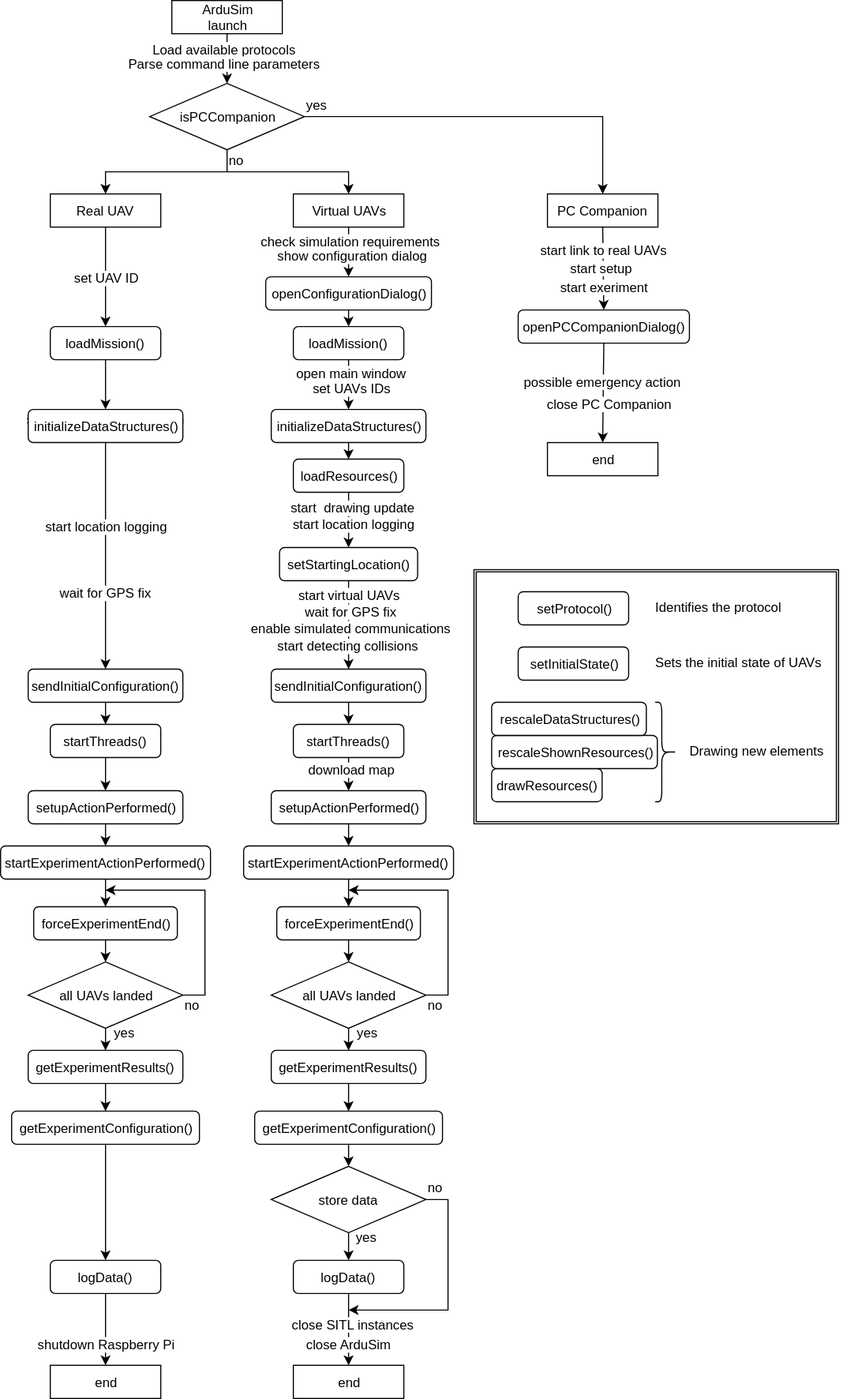
This is help/ArduSimworkflow.svg from GRCDEV/ArduSim, a draw.io export, as it was before one commit. Source tidied: cells renumbered, new cells last; positions are measured from the earlier drawing's top-left corner, leaving out a move shared by most shapes.
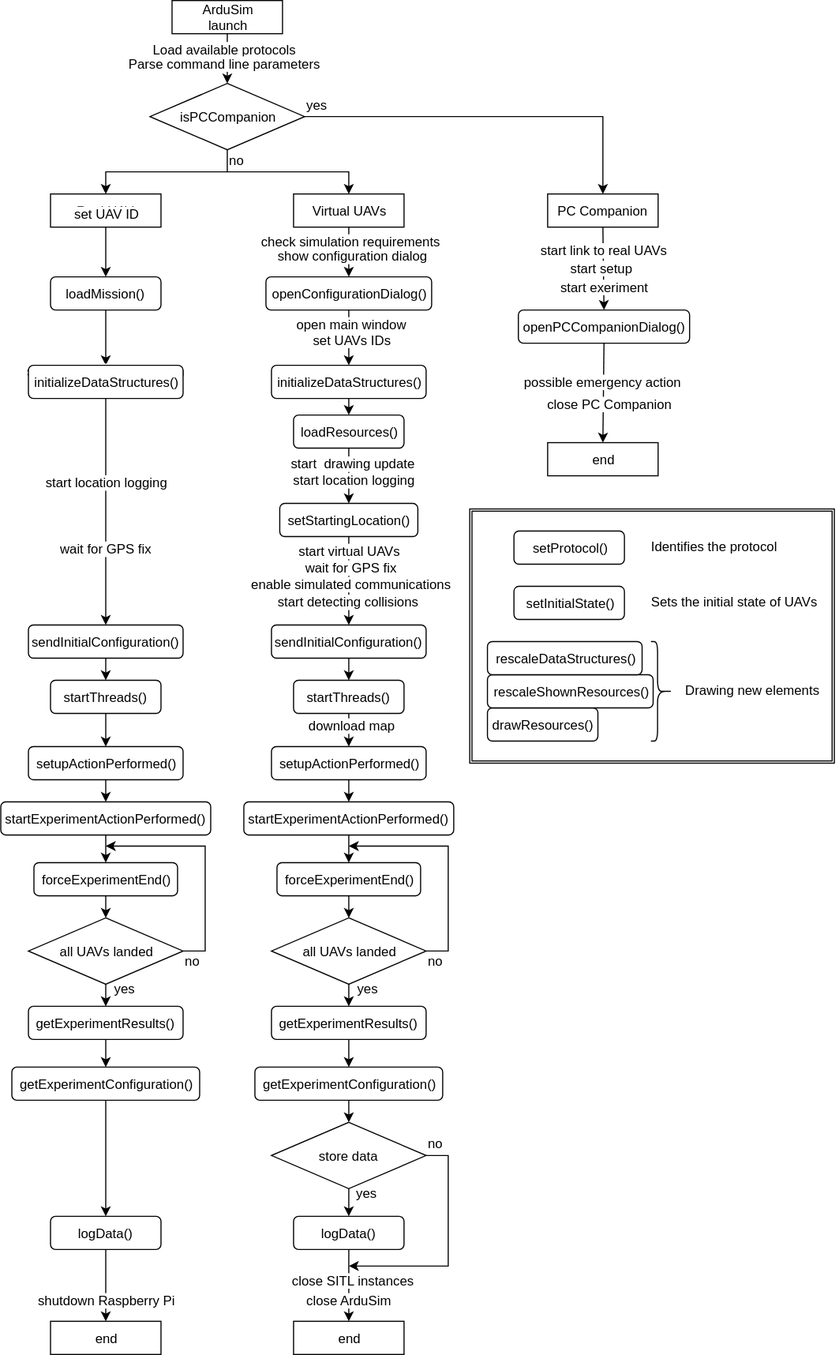
Above is the later version.

Commit message:
ArduSim v1.59beta12 Updating readme

Diff of the diagram source:
```diff
@@ -3,32 +3,32 @@
     <mxCell id="0" />
     <mxCell id="1" parent="0" />
     <mxCell id="2" value="ArduSim&lt;br&gt;launch&lt;br&gt;" style="rounded=0;whiteSpace=wrap;html=1;" parent="1" vertex="1">
-      <mxGeometry x="155" width="100" height="30" as="geometry" />
+      <mxGeometry x="155" y="40" width="100" height="30" as="geometry" />
     </mxCell>
     <mxCell id="3" value="Virtual UAVs&lt;br&gt;" style="rounded=0;whiteSpace=wrap;html=1;" parent="1" vertex="1">
-      <mxGeometry x="265" y="175" width="100" height="30" as="geometry" />
+      <mxGeometry x="265" y="215" width="100" height="30" as="geometry" />
     </mxCell>
     <mxCell id="4" value="Real UAV&lt;br&gt;" style="rounded=0;whiteSpace=wrap;html=1;" parent="1" vertex="1">
-      <mxGeometry x="45" y="175" width="100" height="30" as="geometry" />
+      <mxGeometry x="45" y="215" width="100" height="30" as="geometry" />
     </mxCell>
     <mxCell id="5" style="endArrow=classic;html=1;entryX=0.5;entryY=0;rounded=0;exitX=0.5;exitY=1;" parent="1" edge="1" source="7" target="3">
       <mxGeometry relative="1" as="geometry">
         <Array as="points">
-          <mxPoint x="205" y="155" />
-          <mxPoint x="315" y="155" />
+          <mxPoint x="205" y="195" />
+          <mxPoint x="315" y="195" />
         </Array>
       </mxGeometry>
     </mxCell>
     <mxCell id="6" style="endArrow=classic;html=1;entryX=0.5;entryY=0;rounded=0;" parent="1" edge="1" target="4">
       <mxGeometry relative="1" as="geometry">
-        <mxPoint x="205" y="155" as="sourcePoint" />
+        <mxPoint x="205" y="195" as="sourcePoint" />
         <Array as="points">
-          <mxPoint x="95" y="155" />
+          <mxPoint x="95" y="195" />
         </Array>
       </mxGeometry>
     </mxCell>
     <mxCell id="7" value="isPCCompanion" style="rhombus;whiteSpace=wrap;html=1;" parent="1" vertex="1">
-      <mxGeometry x="135" y="75" width="140" height="60" as="geometry" />
+      <mxGeometry x="135" y="115" width="140" height="60" as="geometry" />
     </mxCell>
     <mxCell id="8" style="endArrow=classic;html=1;exitX=0.5;exitY=1;entryX=0.5;entryY=0;rounded=0;" parent="1" edge="1" source="2" target="7">
       <mxGeometry relative="1" as="geometry" />
@@ -42,42 +42,39 @@
       </mxGeometry>
     </mxCell>
     <mxCell id="11" value="PC Companion&lt;br&gt;" style="rounded=0;whiteSpace=wrap;html=1;" parent="1" vertex="1">
-      <mxGeometry x="495" y="175" width="100" height="30" as="geometry" />
+      <mxGeometry x="495" y="215" width="100" height="30" as="geometry" />
     </mxCell>
     <mxCell id="12" style="endArrow=classic;html=1;entryX=0.5;entryY=0;exitX=1;exitY=0.5;rounded=0;" parent="1" edge="1" source="7" target="11">
       <mxGeometry relative="1" as="geometry">
         <Array as="points">
-          <mxPoint x="545" y="105" />
+          <mxPoint x="545" y="145" />
         </Array>
       </mxGeometry>
     </mxCell>
     <mxCell id="13" value="setProtocol()&lt;br&gt;" style="rounded=1;whiteSpace=wrap;html=1;" parent="1" vertex="1">
-      <mxGeometry x="468.5" y="535" width="100" height="30" as="geometry" />
+      <mxGeometry x="464.5" y="520" width="100" height="30" as="geometry" />
     </mxCell>
     <mxCell id="14" value="drawResources()&lt;br&gt;" style="rounded=1;whiteSpace=wrap;html=1;" parent="1" vertex="1">
-      <mxGeometry x="444.5" y="695" width="100" height="30" as="geometry" />
+      <mxGeometry x="440.5" y="680" width="100" height="30" as="geometry" />
     </mxCell>
     <mxCell id="15" value="rescaleShownResources()&lt;br&gt;" style="rounded=1;whiteSpace=wrap;html=1;" parent="1" vertex="1">
-      <mxGeometry x="444.5" y="665" width="150" height="30" as="geometry" />
+      <mxGeometry x="440.5" y="650" width="150" height="30" as="geometry" />
     </mxCell>
     <mxCell id="16" value="loadResources()&lt;br&gt;" style="rounded=1;whiteSpace=wrap;html=1;" parent="1" vertex="1">
       <mxGeometry x="265" y="415" width="100" height="30" as="geometry" />
     </mxCell>
     <mxCell id="17" value="rescaleDataStructures()&lt;br&gt;" style="rounded=1;whiteSpace=wrap;html=1;" parent="1" vertex="1">
-      <mxGeometry x="444.5" y="635" width="140" height="30" as="geometry" />
+      <mxGeometry x="440.5" y="620" width="140" height="30" as="geometry" />
     </mxCell>
     <mxCell id="18" value="setInitialState()&lt;br&gt;" style="rounded=1;whiteSpace=wrap;html=1;" parent="1" vertex="1">
-      <mxGeometry x="468.5" y="585" width="100" height="30" as="geometry" />
+      <mxGeometry x="464.5" y="570" width="100" height="30" as="geometry" />
     </mxCell>
     <mxCell id="19" value="initializeDataStructures()&lt;br&gt;" style="rounded=1;whiteSpace=wrap;html=1;" parent="1" vertex="1">
       <mxGeometry x="245" y="370" width="140" height="30" as="geometry" />
     </mxCell>
     <mxCell id="20" value="openConfigurationDialog()&lt;br&gt;" style="rounded=1;whiteSpace=wrap;html=1;" parent="1" vertex="1">
-      <mxGeometry x="240" y="250" width="150" height="30" as="geometry" />
+      <mxGeometry x="240" y="290" width="150" height="30" as="geometry" />
     </mxCell>
-    <mxCell id="21" value="loadMission()&lt;br&gt;" style="rounded=1;whiteSpace=wrap;html=1;" parent="1" vertex="1">
-      <mxGeometry x="265" y="295" width="100" height="30" as="geometry" />
-    </mxCell>
     <mxCell id="22" value="getExperimentResults()&lt;br&gt;" style="rounded=1;whiteSpace=wrap;html=1;" parent="1" vertex="1">
       <mxGeometry x="25" y="950" width="140" height="30" as="geometry" />
     </mxCell>
@@ -100,7 +97,7 @@
       <mxGeometry x="252.5" y="495" width="125" height="30" as="geometry" />
     </mxCell>
     <mxCell id="29" value="openPCCompanionDialog()&lt;br&gt;" style="rounded=1;whiteSpace=wrap;html=1;" parent="1" vertex="1">
-      <mxGeometry x="468.5" y="280" width="155" height="30" as="geometry" />
+      <mxGeometry x="468.5" y="320" width="155" height="30" as="geometry" />
     </mxCell>
     <mxCell id="30" value="logData()&lt;br&gt;" style="rounded=1;whiteSpace=wrap;html=1;" parent="1" vertex="1">
       <mxGeometry x="45" y="1140" width="100" height="30" as="geometry" />
@@ -109,14 +106,14 @@
       <mxGeometry x="10" y="1005" width="170" height="30" as="geometry" />
     </mxCell>
     <mxCell id="32" value="loadMission()&lt;br&gt;" style="rounded=1;whiteSpace=wrap;html=1;" parent="1" vertex="1">
-      <mxGeometry x="45" y="295" width="100" height="30" as="geometry" />
+      <mxGeometry x="45" y="290" width="100" height="30" as="geometry" />
     </mxCell>
     <mxCell id="33" style="endArrow=classic;html=1;rounded=0;exitX=0.5;exitY=1;entryX=0.5;entryY=0;" parent="1" edge="1" source="4" target="32">
       <mxGeometry relative="1" as="geometry" />
     </mxCell>
     <mxCell id="34" value="set UAV ID" style="text;html=1;align=center;verticalAlign=middle;labelBackgroundColor=#ffffff;" parent="33" vertex="1">
       <mxGeometry x="0.47" relative="1" as="geometry">
-        <mxPoint y="-21" as="offset" />
+        <mxPoint y="-46" as="offset" />
       </mxGeometry>
     </mxCell>
     <mxCell id="35" style="endArrow=classic;html=1;rounded=0;exitX=0.5;exitY=1;entryX=0.5;entryY=0;" parent="1" edge="1" source="32" target="44">
@@ -140,10 +137,7 @@
         <mxPoint y="-5" as="offset" />
       </mxGeometry>
     </mxCell>
-    <mxCell id="40" style="endArrow=classic;html=1;rounded=0;entryX=0.5;entryY=0;exitX=0.5;exitY=1;" parent="1" edge="1" source="20" target="21">
-      <mxGeometry relative="1" as="geometry" />
-    </mxCell>
-    <mxCell id="41" style="endArrow=classic;html=1;rounded=0;exitX=0.5;exitY=1;entryX=0.5;entryY=0;" parent="1" edge="1" source="21" target="19">
+    <mxCell id="41" style="endArrow=classic;html=1;rounded=0;exitX=0.5;exitY=1;entryX=0.5;entryY=0;" parent="1" edge="1" source="20" target="19">
       <mxGeometry relative="1" as="geometry" />
     </mxCell>
     <mxCell id="42" value="open main window" style="text;html=1;align=center;verticalAlign=middle;labelBackgroundColor=#ffffff;" parent="41" vertex="1">
@@ -369,7 +363,7 @@
       </mxGeometry>
     </mxCell>
     <mxCell id="100" value="end&lt;br&gt;" style="rounded=0;whiteSpace=wrap;html=1;" parent="1" vertex="1">
-      <mxGeometry x="495" y="400" width="100" height="30" as="geometry" />
+      <mxGeometry x="495" y="440" width="100" height="30" as="geometry" />
     </mxCell>
     <mxCell id="101" style="endArrow=classic;html=1;exitX=0.5;exitY=1;rounded=0;entryX=0.5;entryY=0;" parent="1" edge="1" source="29" target="100">
       <mxGeometry relative="1" as="geometry" />
@@ -385,25 +379,25 @@
       </mxGeometry>
     </mxCell>
     <mxCell id="104" value="Identifies the protocol" style="text;html=1;align=left;verticalAlign=top;spacingTop=-4;" parent="1" vertex="1">
-      <mxGeometry x="591" y="540" width="130" height="20" as="geometry" />
+      <mxGeometry x="587" y="525" width="130" height="20" as="geometry" />
     </mxCell>
     <mxCell id="105" value="Sets the initial state of UAVs" style="text;html=1;align=left;verticalAlign=top;spacingTop=-4;" parent="1" vertex="1">
-      <mxGeometry x="591" y="590" width="170" height="20" as="geometry" />
+      <mxGeometry x="587" y="575" width="170" height="20" as="geometry" />
     </mxCell>
     <mxCell id="106" style="shape=curlyBracket;whiteSpace=wrap;html=1;rounded=1;size=0.7;rotation=180;" parent="1" vertex="1">
-      <mxGeometry x="592.5" y="635" width="20" height="90" as="geometry" />
+      <mxGeometry x="588.5" y="620" width="20" height="90" as="geometry" />
     </mxCell>
     <mxCell id="107" value="Drawing new elements" style="text;html=1;align=left;verticalAlign=top;spacingTop=-4;" parent="1" vertex="1">
-      <mxGeometry x="622" y="670" width="140" height="20" as="geometry" />
+      <mxGeometry x="618" y="655" width="140" height="20" as="geometry" />
     </mxCell>
     <mxCell id="108" style="shape=ext;double=1;rounded=0;whiteSpace=wrap;html=1;fillColor=none;" parent="1" vertex="1">
-      <mxGeometry x="428.5" y="515" width="330" height="230" as="geometry" />
+      <mxGeometry x="424.5" y="500" width="330" height="230" as="geometry" />
     </mxCell>
     <mxCell id="109" value="yes" style="text;html=1;align=left;verticalAlign=top;spacingTop=-4;" parent="1" vertex="1">
-      <mxGeometry x="275" y="85" width="30" height="20" as="geometry" />
+      <mxGeometry x="275" y="125" width="30" height="20" as="geometry" />
     </mxCell>
     <mxCell id="110" value="no" style="text;html=1;align=left;verticalAlign=top;spacingTop=-4;" parent="1" vertex="1">
-      <mxGeometry x="205" y="135" width="30" height="20" as="geometry" />
+      <mxGeometry x="205" y="175" width="30" height="20" as="geometry" />
     </mxCell>
     <mxCell id="111" value="no" style="text;html=1;align=left;verticalAlign=top;spacingTop=-4;" parent="1" vertex="1">
       <mxGeometry x="165" y="900" width="30" height="20" as="geometry" />
```
